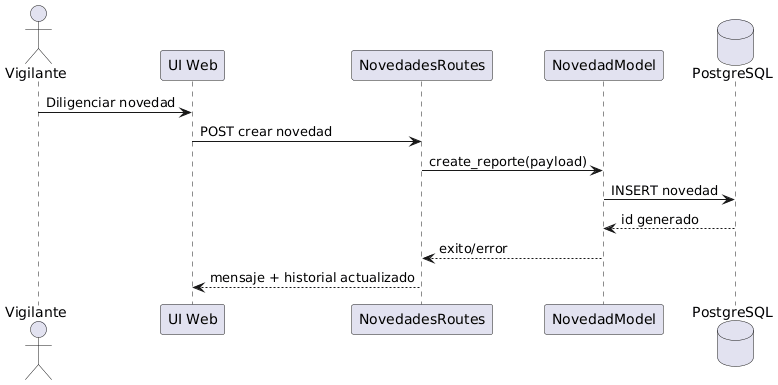
Earlier version of the PlantUML export docs/uml/render/secuencias/CU11_registrar_novedad.png (maranavard/SISTEMA-COMPUTACIONAL-PARA-LA-GESTION-Y-CONTROL-DE-ACCESO-DE-AUTOMOVILES-M-DULO-WEB).
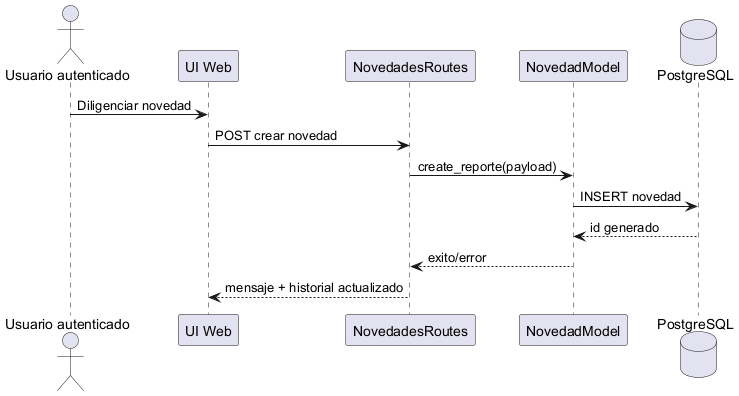
Above is the later version.

What changed in the source:
```diff
@@ -1,11 +1,11 @@
-@startuml
-actor Vigilante
+@startuml CU11_registrar_novedad
+actor "Usuario autenticado" as Usuario
 participant "UI Web" as UI
 participant "NovedadesRoutes" as R
 participant "NovedadModel" as N
 database "PostgreSQL" as DB
 
-Vigilante -> UI : Diligenciar novedad
+Usuario -> UI : Diligenciar novedad
 UI -> R : POST crear novedad
 R -> N : create_reporte(payload)
 N -> DB : INSERT novedad
```
